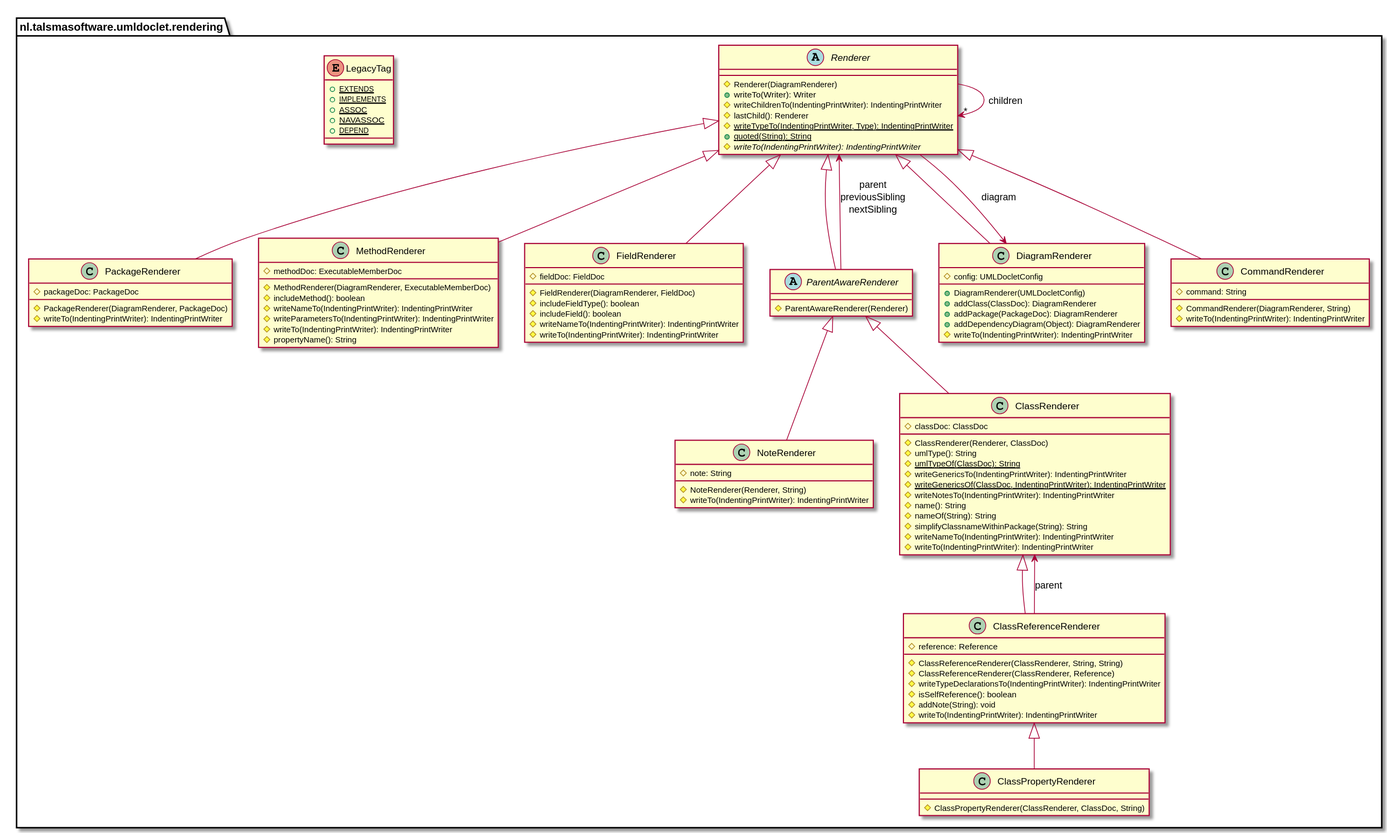
Above: example/rendering-package.svg in talsma-ict/umldoclet (PlantUML), before the change. Its source is kept beside it as example/rendering-package.puml.
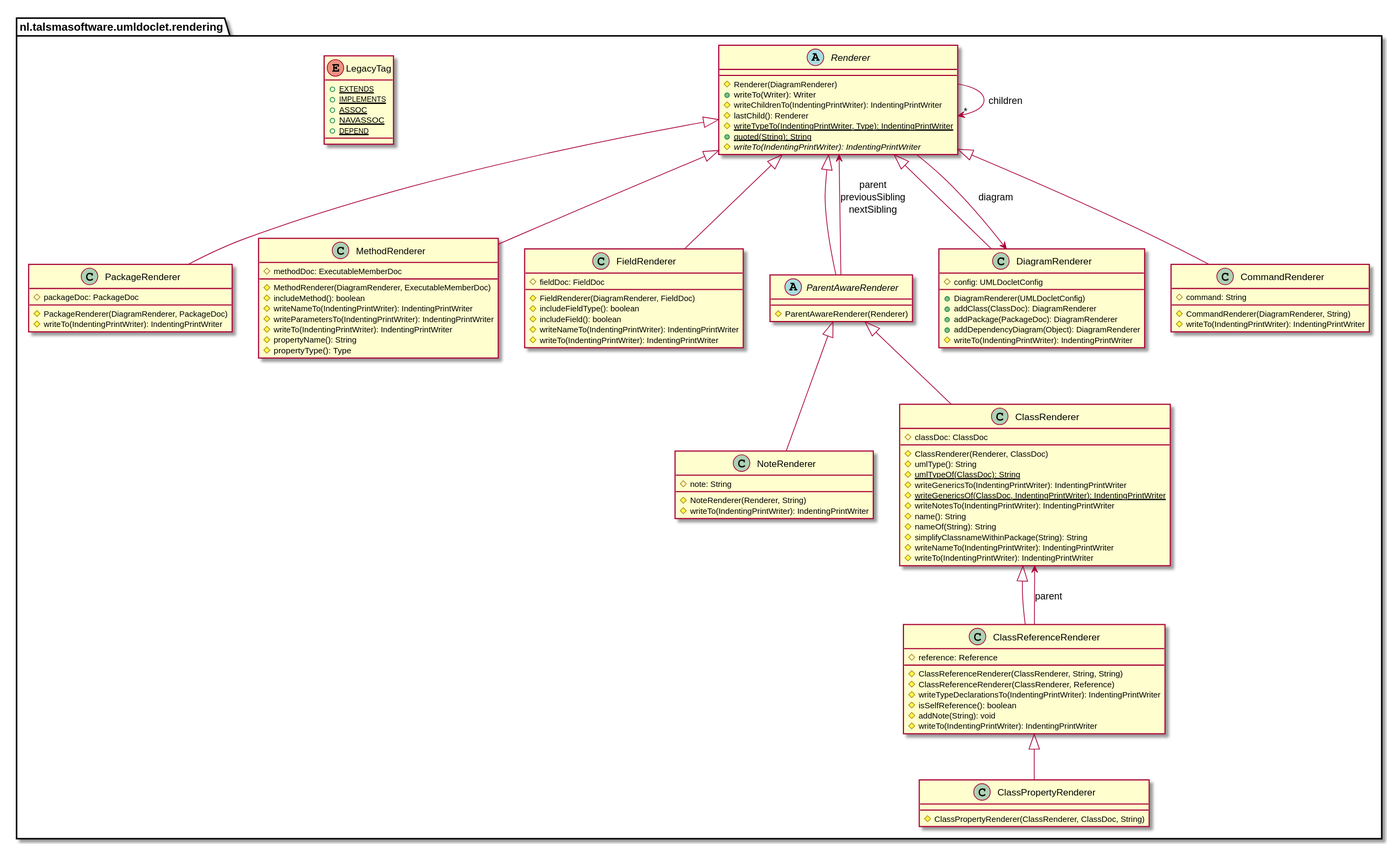
Above is the later version.

The edit, as a diff of the source:
```diff
@@ -36,6 +36,7 @@
             #writeParametersTo(IndentingPrintWriter): IndentingPrintWriter
             #writeTo(IndentingPrintWriter): IndentingPrintWriter
             #propertyName(): String
+            #propertyType(): Type
         }
 
         enum LegacyTag {
```
